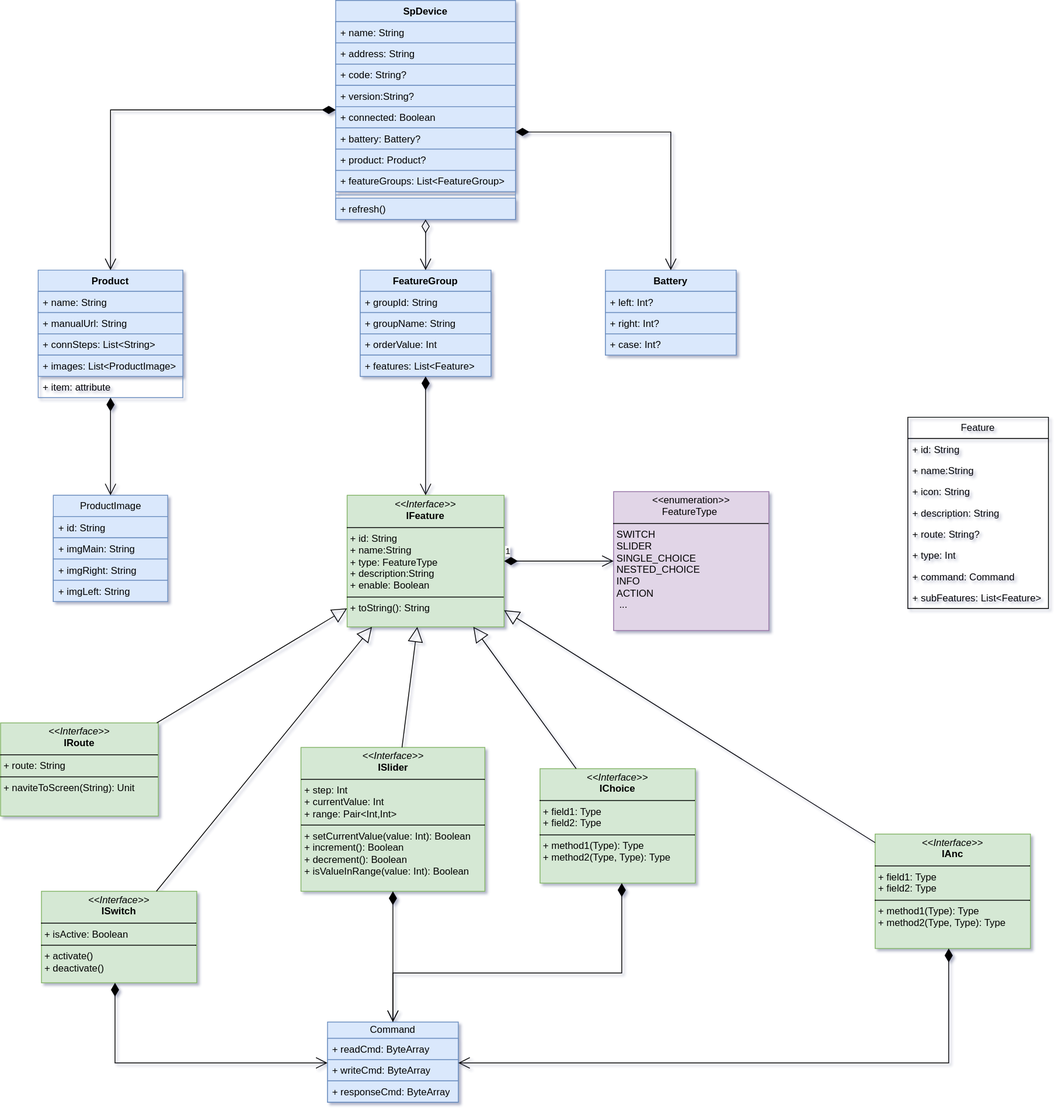
Earlier version of the draw.io export sp-device.drawio.svg (kekemao00/draw-libs). Source tidied: cells renumbered, new cells last; positions are measured from the earlier drawing's top-left corner, leaving out a move shared by most shapes.
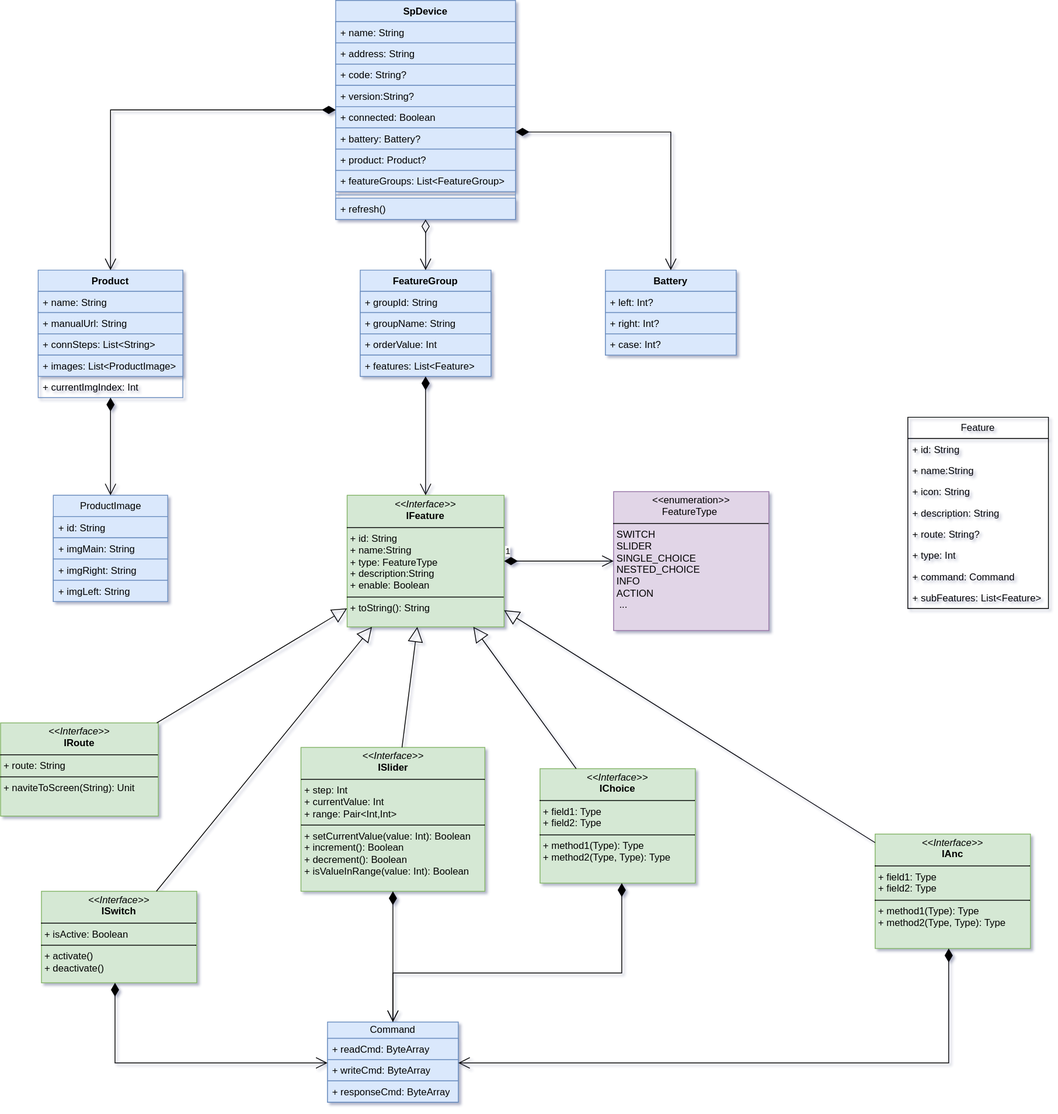
After the commit.

What changed in the source:
```diff
@@ -62,7 +62,7 @@
     <mxCell id="21" value="+ images: List&amp;lt;ProductImage&amp;gt;" style="text;strokeColor=#6c8ebf;fillColor=#dae8fc;align=left;verticalAlign=top;spacingLeft=4;spacingRight=4;overflow=hidden;whiteSpace=wrap;html=1;" parent="17" vertex="1">
       <mxGeometry y="104" width="177" height="26" as="geometry" />
     </mxCell>
-    <mxCell id="22" value="+ item: attribute" style="text;strokeColor=none;fillColor=none;align=left;verticalAlign=top;spacingLeft=4;spacingRight=4;overflow=hidden;whiteSpace=wrap;html=1;" parent="17" vertex="1">
+    <mxCell id="22" value="+&amp;nbsp;currentImgIndex: Int" style="text;strokeColor=none;fillColor=none;align=left;verticalAlign=top;spacingLeft=4;spacingRight=4;overflow=hidden;whiteSpace=wrap;html=1;" parent="17" vertex="1">
       <mxGeometry y="130" width="177" height="26" as="geometry" />
     </mxCell>
     <mxCell id="23" value="ProductImage" style="swimlane;fontStyle=0;horizontal=1;startSize=26;fillColor=#dae8fc;whiteSpace=wrap;html=1;strokeColor=#6c8ebf;" parent="1" vertex="1">
```
